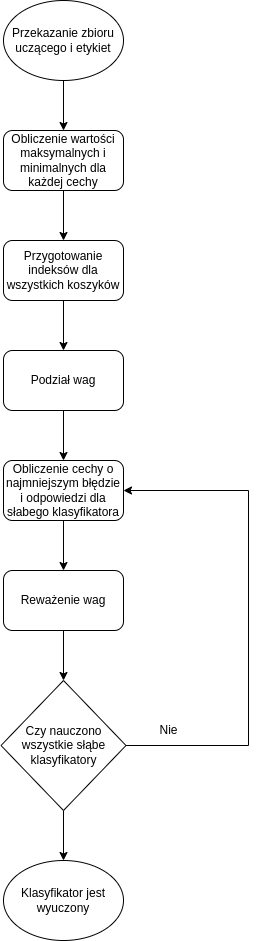
The draw.io diagram src/docs/WIZUT-Dyplom-styl/Pictures/fit_realboostbins.png in lykoszczan/licence_plate_detector, before a commit. Source tidied: cells renumbered, new cells last; positions are measured from the earlier drawing's top-left corner, leaving out a move shared by most shapes.
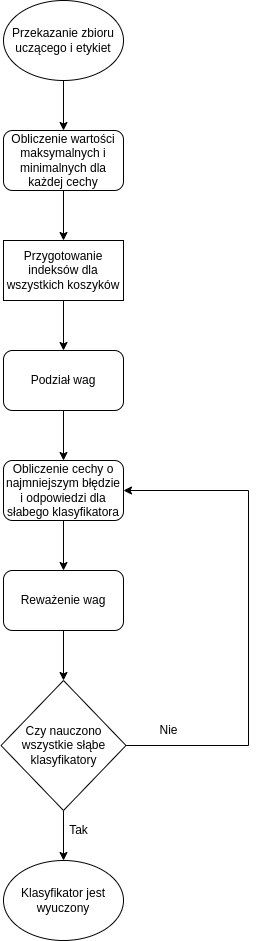
After the change.

The edit, as a diff of the source:
```diff
@@ -17,7 +17,7 @@
     <mxCell id="6" style="edgeStyle=orthogonalEdgeStyle;rounded=0;jettySize=auto;html=1;exitX=0.5;exitY=1;exitDx=0;exitDy=0;entryX=0.5;entryY=0;entryDx=0;entryDy=0;" parent="1" edge="1" source="7" target="9">
       <mxGeometry relative="1" as="geometry" />
     </mxCell>
-    <mxCell id="7" value="Przygotowanie indeksów dla wszystkich koszyków" style="rounded=1;whiteSpace=wrap;html=1;" parent="1" vertex="1">
+    <mxCell id="7" value="Przygotowanie indeksów dla wszystkich koszyków" style="rounded=0;whiteSpace=wrap;html=1;" parent="1" vertex="1">
       <mxGeometry x="3" y="240" width="120" height="60" as="geometry" />
     </mxCell>
     <mxCell id="8" style="edgeStyle=orthogonalEdgeStyle;rounded=0;jettySize=auto;html=1;exitX=0.5;exitY=1;exitDx=0;exitDy=0;entryX=0.5;entryY=0;entryDx=0;entryDy=0;" parent="1" edge="1" source="9" target="11">
@@ -58,5 +58,8 @@
     <mxCell id="18" value="Klasyfikator jest wyuczony" style="ellipse;whiteSpace=wrap;html=1;" parent="1" vertex="1">
       <mxGeometry x="3" y="860" width="120" height="80" as="geometry" />
     </mxCell>
+    <mxCell id="19" value="Tak" style="text;html=1;align=center;verticalAlign=middle;strokeColor=none;fillColor=none;" parent="1" vertex="1">
+      <mxGeometry x="58" y="815" width="40" height="30" as="geometry" />
+    </mxCell>
   </root>
 </mxGraphModel>
```
